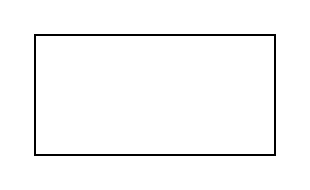
This is Proyecto.drawio from Zer0shiroo/dsf, a draw.io file, before an edit. Source tidied: cells renumbered, new cells numbered last; positions are measured from the earlier drawing's top-left corner, leaving out a move shared by most shapes. Both pictures are drawn from the tidied source at 200%, with x=0, y=0 at pixel (34, 34).
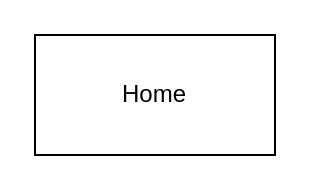
The same page after the edit.

The edit, as a diff of the source:
```diff
@@
 <mxGraphModel>
   <root>
     <mxCell id="0" />
     <mxCell id="1" parent="0" />
-    <mxCell id="2" style="rounded=0;whiteSpace=wrap;html=1;" parent="1" vertex="1">
+    <mxCell id="2" value="Home" style="rounded=0;whiteSpace=wrap;html=1;" parent="1" vertex="1">
       <mxGeometry width="120" height="60" as="geometry" />
     </mxCell>
   </root>
 </mxGraphModel>
```
